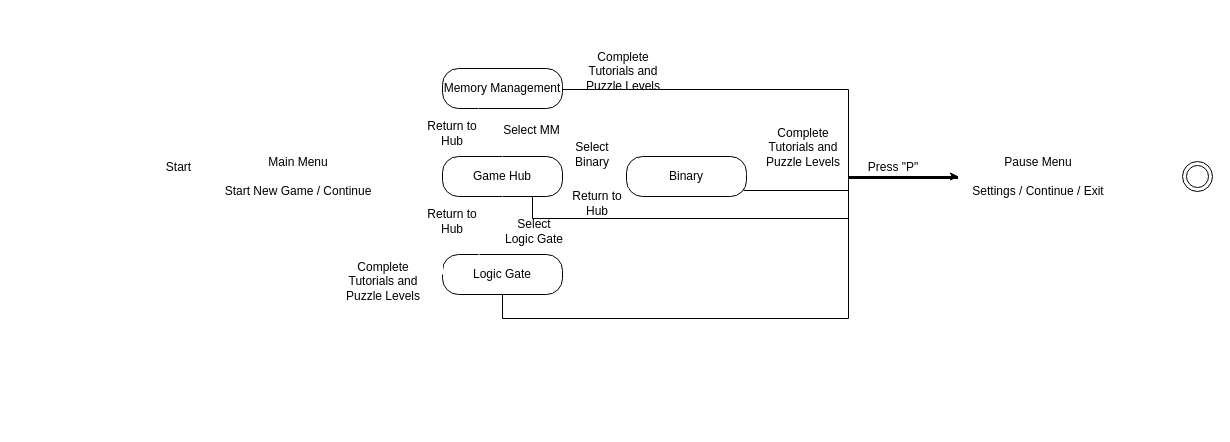
The draw.io diagram Drawio Files/StateMachine.drawio in jgharrison1/Logical-Gate, before the edit. Source tidied: cells renumbered, new cells numbered last; positions are measured from the earlier drawing's top-left corner, leaving out a move shared by most shapes. Both pictures are drawn from the tidied source at 100%, with x=0, y=0 at pixel (128, 48).
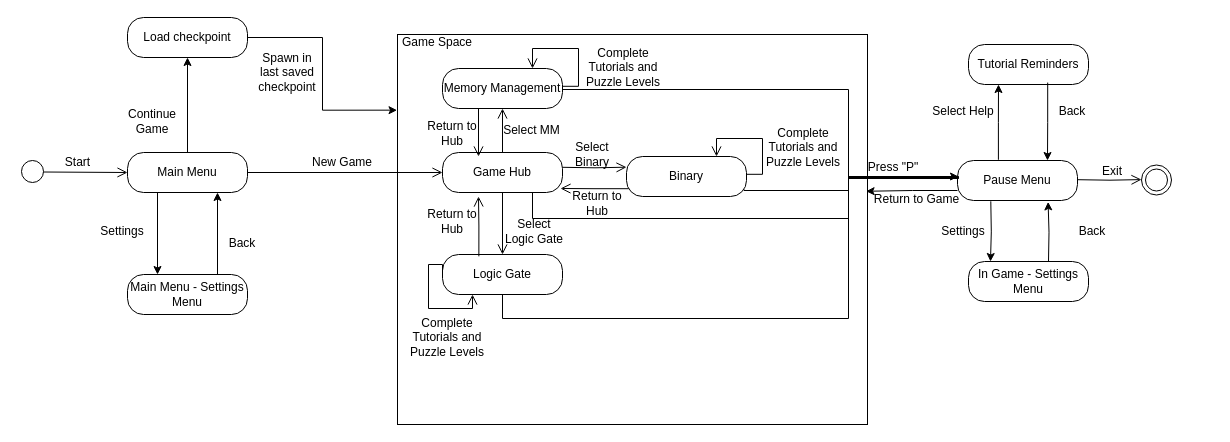
Above is the later version.

The change refers to these unchanged cells:
```xml
<mxCell id="14" value="Logic Gate" style="rounded=1;whiteSpace=wrap;html=1;arcSize=40;fontColor=default;fillColor=none;strokeColor=default;labelBackgroundColor=none;" parent="1" vertex="1">
  <mxGeometry x="314" y="206" width="120" height="40" as="geometry" />
</mxCell>
<mxCell id="16" value="Binary" style="rounded=1;whiteSpace=wrap;html=1;arcSize=40;fontColor=default;fillColor=none;strokeColor=default;labelBackgroundColor=none;" parent="1" vertex="1">
  <mxGeometry x="498" y="108" width="120" height="40" as="geometry" />
</mxCell>
<mxCell id="18" value="Memory Management" style="rounded=1;whiteSpace=wrap;html=1;arcSize=40;fontColor=default;fillColor=none;strokeColor=default;labelBackgroundColor=none;" parent="1" vertex="1">
  <mxGeometry x="314" y="20" width="120" height="40" as="geometry" />
</mxCell>
```

The edit, as a diff of the source:
```diff
@@
-    <mxCell id="2" style="ellipse;html=1;shape=startState;fillColor=none;strokeColor=#FFFFFF;" parent="1" vertex="1">
-      <mxGeometry y="112" width="30" height="30" as="geometry" />
+    <mxCell id="2" style="ellipse;html=1;shape=startState;fillColor=none;strokeColor=default;" parent="1" vertex="1">
+      <mxGeometry x="-111" y="108" width="30" height="30" as="geometry" />
     </mxCell>
-    <mxCell id="3" style="edgeStyle=orthogonalEdgeStyle;html=1;verticalAlign=bottom;endArrow=open;endSize=8;strokeColor=#FFFFFF;rounded=0;exitX=0.859;exitY=0.484;exitDx=0;exitDy=0;exitPerimeter=0;" parent="1" edge="1">
+    <mxCell id="3" style="edgeStyle=orthogonalEdgeStyle;html=1;verticalAlign=bottom;endArrow=open;endSize=8;strokeColor=default;rounded=0;exitX=0.859;exitY=0.484;exitDx=0;exitDy=0;exitPerimeter=0;entryX=0;entryY=0.5;entryDx=0;entryDy=0;" parent="1" edge="1" target="5">
       <mxGeometry relative="1" as="geometry">
-        <mxPoint x="25.8" y="127.5" as="sourcePoint" />
-        <mxPoint x="90" y="127.9" as="targetPoint" />
+        <mxPoint x="-85.2" y="123.5" as="sourcePoint" />
       </mxGeometry>
     </mxCell>
     <mxCell id="4" value="Start" style="text;align=center;fontStyle=0;verticalAlign=middle;spacingLeft=3;spacingRight=3;strokeColor=none;html=1;" parent="1" vertex="1">
-      <mxGeometry x="10" y="106" width="80" height="26" as="geometry" />
+      <mxGeometry x="-91" y="101" width="80" height="26" as="geometry" />
     </mxCell>
-    <mxCell id="5" value="Main Menu" style="swimlane;fontStyle=0;align=center;verticalAlign=middle;horizontal=1;startSize=30;fontColor=default;rounded=1;arcSize=30;strokeColor=#FFFFFF;fillColor=none;swimlaneFillColor=none;swimlaneLine=1;" parent="1" vertex="1">
-      <mxGeometry x="90" y="98" width="160" height="60" as="geometry" />
-    </mxCell>
-    <mxCell id="6" value="Start New Game / Continue" style="text;html=1;strokeColor=none;fillColor=none;align=center;verticalAlign=middle;spacingLeft=4;spacingRight=4;whiteSpace=wrap;overflow=hidden;fontColor=default;" parent="5" vertex="1">
-      <mxGeometry y="30" width="160" height="30" as="geometry" />
-    </mxCell>
+    <mxCell id="39" style="edgeStyle=orthogonalEdgeStyle;rounded=0;jettySize=auto;html=1;exitX=0.25;exitY=1;exitDx=0;exitDy=0;entryX=0.25;entryY=0;entryDx=0;entryDy=0;" parent="1" edge="1" source="5" target="46">
+      <mxGeometry relative="1" as="geometry" />
+    </mxCell>
+    <mxCell id="40" style="edgeStyle=orthogonalEdgeStyle;rounded=0;jettySize=auto;html=1;exitX=0.5;exitY=0;exitDx=0;exitDy=0;" parent="1" edge="1" source="5" target="49">
+      <mxGeometry relative="1" as="geometry" />
+    </mxCell>
-    <mxCell id="7" style="edgeStyle=orthogonalEdgeStyle;html=1;verticalAlign=bottom;endArrow=open;endSize=8;strokeColor=#FFFFFF;rounded=0;exitX=0.859;exitY=0.484;exitDx=0;exitDy=0;exitPerimeter=0;" parent="1" edge="1">
-      <mxGeometry relative="1" as="geometry">
-        <mxPoint x="250" y="127.8" as="sourcePoint" />
-        <mxPoint x="314" y="127.7" as="targetPoint" />
-      </mxGeometry>
+    <mxCell id="7" style="edgeStyle=orthogonalEdgeStyle;html=1;verticalAlign=bottom;endArrow=open;endSize=8;strokeColor=default;rounded=0;exitX=1;exitY=0.5;exitDx=0;exitDy=0;entryX=0;entryY=0.5;entryDx=0;entryDy=0;" parent="1" edge="1" source="5" target="10">
+      <mxGeometry relative="1" as="geometry" />
     </mxCell>
-    <mxCell id="8" style="edgeStyle=orthogonalEdgeStyle;html=1;verticalAlign=bottom;endArrow=open;endSize=8;strokeColor=#FFFFFF;rounded=0;exitX=0.859;exitY=0.484;exitDx=0;exitDy=0;exitPerimeter=0;" parent="1" edge="1">
+    <mxCell id="8" style="edgeStyle=orthogonalEdgeStyle;html=1;verticalAlign=bottom;endArrow=open;endSize=8;strokeColor=default;rounded=0;exitX=0.859;exitY=0.484;exitDx=0;exitDy=0;exitPerimeter=0;" parent="1" edge="1">
       <mxGeometry relative="1" as="geometry">
         <mxPoint x="434" y="118.8" as="sourcePoint" />
         <mxPoint x="498" y="118.7" as="targetPoint" />
       </mxGeometry>
     </mxCell>
-    <mxCell id="9" style="edgeStyle=orthogonalEdgeStyle;rounded=0;jettySize=auto;html=1;exitX=0.75;exitY=1;exitDx=0;exitDy=0;entryX=0;entryY=0;entryDx=0;entryDy=0;endArrow=none;startFill=0;" parent="1" edge="1" source="10" target="35">
+    <mxCell id="9" style="edgeStyle=orthogonalEdgeStyle;rounded=0;jettySize=auto;html=1;exitX=0.75;exitY=1;exitDx=0;exitDy=0;entryX=0;entryY=0;entryDx=0;entryDy=0;endArrow=none;startFill=0;strokeColor=default;" parent="1" edge="1" source="10">
       <mxGeometry relative="1" as="geometry">
+        <mxPoint x="830" y="128" as="targetPoint" />
         <Array as="points">
           <mxPoint x="404" y="170" />
           <mxPoint x="720" y="170" />
           <mxPoint x="720" y="130" />
           <mxPoint x="830" y="130" />
         </Array>
       </mxGeometry>
     </mxCell>
     <mxCell id="10" value="Game Hub" style="rounded=1;whiteSpace=wrap;html=1;arcSize=40;fontColor=default;fillColor=none;strokeColor=default;labelBackgroundColor=none;" parent="1" vertex="1">
-      <mxGeometry x="314" y="108" width="120" height="40" as="geometry" />
+      <mxGeometry x="314" y="104" width="120" height="40" as="geometry" />
     </mxCell>
-    <mxCell id="11" style="edgeStyle=orthogonalEdgeStyle;html=1;verticalAlign=bottom;endArrow=open;endSize=8;strokeColor=#FFFFFF;rounded=0;exitX=0.5;exitY=1;exitDx=0;exitDy=0;strokeWidth=1;entryX=0.5;entryY=0;entryDx=0;entryDy=0;" parent="1" edge="1" source="10" target="14">
+    <mxCell id="11" style="edgeStyle=orthogonalEdgeStyle;html=1;verticalAlign=bottom;endArrow=open;endSize=8;strokeColor=default;rounded=0;exitX=0.5;exitY=1;exitDx=0;exitDy=0;strokeWidth=1;entryX=0.5;entryY=0;entryDx=0;entryDy=0;" parent="1" edge="1" source="10" target="14">
       <mxGeometry relative="1" as="geometry" />
     </mxCell>
-    <mxCell id="12" style="edgeStyle=orthogonalEdgeStyle;html=1;verticalAlign=bottom;endArrow=open;endSize=8;strokeColor=#FFFFFF;rounded=0;exitX=0.5;exitY=0;exitDx=0;exitDy=0;strokeWidth=1;" parent="1" edge="1" source="10">
+    <mxCell id="12" style="edgeStyle=orthogonalEdgeStyle;html=1;verticalAlign=bottom;endArrow=open;endSize=8;strokeColor=default;rounded=0;exitX=0.5;exitY=0;exitDx=0;exitDy=0;strokeWidth=1;" parent="1" edge="1" source="10">
       <mxGeometry relative="1" as="geometry">
         <mxPoint x="374" y="60" as="targetPoint" />
       </mxGeometry>
     </mxCell>
-    <mxCell id="13" style="edgeStyle=orthogonalEdgeStyle;rounded=0;jettySize=auto;html=1;exitX=0.5;exitY=1;exitDx=0;exitDy=0;entryX=0;entryY=0;entryDx=0;entryDy=0;" parent="1" edge="1" source="14" target="35">
+    <mxCell id="13" style="edgeStyle=orthogonalEdgeStyle;rounded=0;jettySize=auto;html=1;exitX=0.5;exitY=1;exitDx=0;exitDy=0;entryX=0;entryY=0;entryDx=0;entryDy=0;strokeColor=default;" parent="1" edge="1" source="14">
       <mxGeometry relative="1" as="geometry">
+        <mxPoint x="830" y="128" as="targetPoint" />
         <Array as="points">
           <mxPoint x="374" y="270" />
           <mxPoint x="720" y="270" />
           <mxPoint x="720" y="128" />
         </Array>
       </mxGeometry>
     </mxCell>
@@
-    <mxCell id="15" style="edgeStyle=orthogonalEdgeStyle;rounded=0;jettySize=auto;html=1;exitX=0.979;exitY=0.817;exitDx=0;exitDy=0;exitPerimeter=0;endArrow=none;startFill=0;" parent="1" edge="1" source="16">
+    <mxCell id="15" style="edgeStyle=orthogonalEdgeStyle;rounded=0;jettySize=auto;html=1;exitX=0.979;exitY=0.817;exitDx=0;exitDy=0;exitPerimeter=0;endArrow=none;startFill=0;strokeColor=default;" parent="1" edge="1" source="16">
       <mxGeometry relative="1" as="geometry">
         <mxPoint x="830" y="130" as="targetPoint" />
         <Array as="points">
           <mxPoint x="616" y="142" />
           <mxPoint x="720" y="142" />
           <mxPoint x="720" y="128" />
           <mxPoint x="830" y="128" />
           <mxPoint x="830" y="131" />
         </Array>
       </mxGeometry>
     </mxCell>
@@
-    <mxCell id="17" style="edgeStyle=elbowEdgeStyle;rounded=0;orthogonalLoop=1;jettySize=auto;html=1;exitX=1;exitY=0.5;exitDx=0;exitDy=0;entryX=0;entryY=0;entryDx=0;entryDy=0;endArrow=none;startFill=0;" parent="1" edge="1">
+    <mxCell id="17" style="edgeStyle=elbowEdgeStyle;rounded=0;orthogonalLoop=1;jettySize=auto;html=1;exitX=1;exitY=0.5;exitDx=0;exitDy=0;entryX=0;entryY=0;entryDx=0;entryDy=0;endArrow=none;startFill=0;strokeColor=default;" parent="1" edge="1">
       <mxGeometry relative="1" as="geometry">
         <mxPoint x="434" y="41" as="sourcePoint" />
         <mxPoint x="830" y="129" as="targetPoint" />
         <Array as="points">
           <mxPoint x="720" y="101" />
         </Array>
       </mxGeometry>
     </mxCell>
@@
-    <mxCell id="22" style="edgeStyle=orthogonalEdgeStyle;html=1;verticalAlign=bottom;endArrow=open;endSize=8;strokeColor=#FFFFFF;rounded=0;exitX=0.859;exitY=0.484;exitDx=0;exitDy=0;exitPerimeter=0;entryX=0.75;entryY=0;entryDx=0;entryDy=0;" parent="1" edge="1" target="18">
+    <mxCell id="22" style="edgeStyle=orthogonalEdgeStyle;html=1;verticalAlign=bottom;endArrow=open;endSize=8;strokeColor=default;rounded=0;exitX=0.859;exitY=0.484;exitDx=0;exitDy=0;exitPerimeter=0;entryX=0.75;entryY=0;entryDx=0;entryDy=0;" parent="1" edge="1" target="18">
       <mxGeometry relative="1" as="geometry">
         <mxPoint x="434" y="37.8" as="sourcePoint" />
         <Array as="points">
           <mxPoint x="450" y="38" />
           <mxPoint x="450" />
           <mxPoint x="404" />
         </Array>
       </mxGeometry>
     </mxCell>
     <mxCell id="23" value="Complete Tutorials and Puzzle Levels" style="text;align=center;fontStyle=0;verticalAlign=middle;spacingLeft=3;spacingRight=3;strokeColor=none;html=1;whiteSpace=wrap;" parent="1" vertex="1">
-      <mxGeometry x="450" y="10" width="90" height="26" as="geometry" />
+      <mxGeometry x="450" y="6" width="90" height="26" as="geometry" />
     </mxCell>
-    <mxCell id="24" style="edgeStyle=orthogonalEdgeStyle;html=1;verticalAlign=bottom;endArrow=open;endSize=8;strokeColor=#FFFFFF;rounded=0;exitX=0.859;exitY=0.484;exitDx=0;exitDy=0;exitPerimeter=0;entryX=0.75;entryY=0;entryDx=0;entryDy=0;" parent="1" edge="1">
+    <mxCell id="24" style="edgeStyle=orthogonalEdgeStyle;html=1;verticalAlign=bottom;endArrow=open;endSize=8;strokeColor=default;rounded=0;exitX=0.859;exitY=0.484;exitDx=0;exitDy=0;exitPerimeter=0;entryX=0.75;entryY=0;entryDx=0;entryDy=0;" parent="1" edge="1">
       <mxGeometry relative="1" as="geometry">
         <mxPoint x="618" y="125.8" as="sourcePoint" />
         <mxPoint x="588" y="108" as="targetPoint" />
         <Array as="points">
           <mxPoint x="634" y="126" />
           <mxPoint x="634" y="90" />
           <mxPoint x="588" y="90" />
         </Array>
       </mxGeometry>
     </mxCell>
@@
-    <mxCell id="26" style="edgeStyle=orthogonalEdgeStyle;html=1;verticalAlign=bottom;endArrow=open;endSize=8;strokeColor=#FFFFFF;rounded=0;exitX=0;exitY=0.5;exitDx=0;exitDy=0;entryX=0.25;entryY=1;entryDx=0;entryDy=0;" parent="1" edge="1" source="14" target="14">
+    <mxCell id="26" style="edgeStyle=orthogonalEdgeStyle;html=1;verticalAlign=bottom;endArrow=open;endSize=8;strokeColor=default;rounded=0;exitX=0;exitY=0.5;exitDx=0;exitDy=0;entryX=0.25;entryY=1;entryDx=0;entryDy=0;" parent="1" edge="1" source="14" target="14">
       <mxGeometry relative="1" as="geometry">
         <Array as="points">
           <mxPoint x="314" y="216" />
           <mxPoint x="300" y="216" />
           <mxPoint x="300" y="260" />
           <mxPoint x="344" y="260" />
         </Array>
       </mxGeometry>
     </mxCell>
     <mxCell id="27" value="Complete Tutorials and Puzzle Levels" style="text;align=center;fontStyle=0;verticalAlign=middle;spacingLeft=3;spacingRight=3;strokeColor=none;html=1;whiteSpace=wrap;" parent="1" vertex="1">
-      <mxGeometry x="210" y="220" width="90" height="26" as="geometry" />
+      <mxGeometry x="274" y="276" width="90" height="26" as="geometry" />
     </mxCell>
-    <mxCell id="28" style="edgeStyle=orthogonalEdgeStyle;html=1;verticalAlign=bottom;endArrow=open;endSize=8;strokeColor=#FFFFFF;rounded=0;exitX=0.303;exitY=0.046;exitDx=0;exitDy=0;strokeWidth=1;exitPerimeter=0;" parent="1" edge="1" source="14">
+    <mxCell id="28" style="edgeStyle=orthogonalEdgeStyle;html=1;verticalAlign=bottom;endArrow=open;endSize=8;strokeColor=default;rounded=0;exitX=0.303;exitY=0.046;exitDx=0;exitDy=0;strokeWidth=1;exitPerimeter=0;" parent="1" edge="1" source="14">
       <mxGeometry relative="1" as="geometry">
         <mxPoint x="350" y="148" as="targetPoint" />
       </mxGeometry>
     </mxCell>
@@
-    <mxCell id="30" style="edgeStyle=orthogonalEdgeStyle;html=1;verticalAlign=bottom;endArrow=open;endSize=8;strokeColor=#FFFFFF;rounded=0;exitX=0.5;exitY=1;exitDx=0;exitDy=0;strokeWidth=1;entryX=0.5;entryY=0;entryDx=0;entryDy=0;" parent="1" edge="1">
+    <mxCell id="30" style="edgeStyle=orthogonalEdgeStyle;html=1;verticalAlign=bottom;endArrow=open;endSize=8;strokeColor=default;rounded=0;exitX=0.5;exitY=1;exitDx=0;exitDy=0;strokeWidth=1;entryX=0.5;entryY=0;entryDx=0;entryDy=0;" parent="1" edge="1">
       <mxGeometry relative="1" as="geometry">
         <mxPoint x="350" y="60" as="sourcePoint" />
         <mxPoint x="350" y="108" as="targetPoint" />
       </mxGeometry>
     </mxCell>
@@
-    <mxCell id="32" style="edgeStyle=orthogonalEdgeStyle;html=1;verticalAlign=bottom;endArrow=open;endSize=8;strokeColor=#FFFFFF;rounded=0;exitX=0.019;exitY=0.805;exitDx=0;exitDy=0;exitPerimeter=0;" parent="1" edge="1" source="16">
+    <mxCell id="32" style="edgeStyle=orthogonalEdgeStyle;html=1;verticalAlign=bottom;endArrow=open;endSize=8;strokeColor=default;rounded=0;exitX=0.019;exitY=0.805;exitDx=0;exitDy=0;exitPerimeter=0;" parent="1" edge="1" source="16">
       <mxGeometry relative="1" as="geometry">
         <mxPoint x="432" y="140" as="targetPoint" />
       </mxGeometry>
     </mxCell>
@@
-    <mxCell id="34" value="Pause Menu" style="swimlane;fontStyle=0;align=center;verticalAlign=middle;horizontal=1;startSize=30;fontColor=default;rounded=1;arcSize=30;strokeColor=#FFFFFF;fillColor=none;swimlaneFillColor=none;swimlaneLine=1;" parent="1" vertex="1">
-      <mxGeometry x="830" y="98" width="160" height="60" as="geometry" />
-    </mxCell>
-    <mxCell id="35" value="Settings / Continue / Exit" style="text;html=1;strokeColor=none;fillColor=none;align=center;verticalAlign=middle;spacingLeft=4;spacingRight=4;whiteSpace=wrap;overflow=hidden;fontColor=default;" parent="34" vertex="1">
-      <mxGeometry y="30" width="160" height="30" as="geometry" />
-    </mxCell>
+    <mxCell id="41" style="edgeStyle=orthogonalEdgeStyle;rounded=0;orthogonalLoop=1;jettySize=auto;html=1;exitX=0.344;exitY=1.02;exitDx=0;exitDy=0;entryX=0.25;entryY=0;entryDx=0;entryDy=0;exitPerimeter=0;" parent="1" edge="1">
+      <mxGeometry relative="1" as="geometry">
+        <mxPoint x="862.3" y="152.8" as="sourcePoint" />
+        <mxPoint x="862" y="213" as="targetPoint" />
+      </mxGeometry>
+    </mxCell>
+    <mxCell id="42" style="edgeStyle=orthogonalEdgeStyle;rounded=0;jettySize=auto;html=1;exitX=0;exitY=0.75;exitDx=0;exitDy=0;entryX=0.997;entryY=0.402;entryDx=0;entryDy=0;entryPerimeter=0;" parent="1" edge="1" source="34" target="62">
+      <mxGeometry relative="1" as="geometry" />
+    </mxCell>
+    <mxCell id="43" style="edgeStyle=orthogonalEdgeStyle;rounded=0;jettySize=auto;html=1;exitX=0.341;exitY=-0.018;exitDx=0;exitDy=0;entryX=0.25;entryY=1;entryDx=0;entryDy=0;exitPerimeter=0;" parent="1" edge="1" source="34" target="57">
+      <mxGeometry relative="1" as="geometry" />
+    </mxCell>
@@
     <mxCell id="37" style="ellipse;html=1;shape=endState;fillColor=none;strokeColor=default;" parent="1" vertex="1">
-      <mxGeometry x="1054" y="113" width="30" height="30" as="geometry" />
+      <mxGeometry x="1013" y="116.5" width="30" height="30" as="geometry" />
     </mxCell>
-    <mxCell id="38" style="edgeStyle=orthogonalEdgeStyle;html=1;verticalAlign=bottom;endArrow=open;endSize=8;strokeColor=#FFFFFF;rounded=0;exitX=0.859;exitY=0.484;exitDx=0;exitDy=0;exitPerimeter=0;" parent="1" edge="1">
+    <mxCell id="38" style="edgeStyle=orthogonalEdgeStyle;html=1;verticalAlign=bottom;endArrow=open;endSize=8;strokeColor=default;rounded=0;exitX=0.859;exitY=0.484;exitDx=0;exitDy=0;exitPerimeter=0;" parent="1" edge="1">
       <mxGeometry relative="1" as="geometry">
-        <mxPoint x="990" y="127.8" as="sourcePoint" />
-        <mxPoint x="1054" y="127.6" as="targetPoint" />
+        <mxPoint x="949" y="131.2" as="sourcePoint" />
+        <mxPoint x="1013" y="131.1" as="targetPoint" />
       </mxGeometry>
     </mxCell>
+    <mxCell id="44" value="New Game" style="text;align=center;fontStyle=0;verticalAlign=middle;spacingLeft=3;spacingRight=3;strokeColor=none;html=1;whiteSpace=wrap;" parent="1" vertex="1">
+      <mxGeometry x="179" y="101" width="70" height="26" as="geometry" />
+    </mxCell>
+    <mxCell id="45" style="edgeStyle=orthogonalEdgeStyle;rounded=0;jettySize=auto;html=1;exitX=0.75;exitY=0;exitDx=0;exitDy=0;entryX=0.75;entryY=1;entryDx=0;entryDy=0;" parent="1" edge="1" source="46" target="5">
+      <mxGeometry relative="1" as="geometry" />
+    </mxCell>
+    <mxCell id="46" value="Main Menu - Settings Menu" style="rounded=1;whiteSpace=wrap;html=1;arcSize=40;fontColor=default;fillColor=none;strokeColor=default;labelBackgroundColor=none;" parent="1" vertex="1">
+      <mxGeometry x="-1" y="226" width="120" height="40" as="geometry" />
+    </mxCell>
+    <mxCell id="47" value="Settings" style="text;align=center;fontStyle=0;verticalAlign=middle;spacingLeft=3;spacingRight=3;strokeColor=none;html=1;whiteSpace=wrap;" parent="1" vertex="1">
+      <mxGeometry x="-41" y="170" width="70" height="26" as="geometry" />
+    </mxCell>
+    <mxCell id="48" style="edgeStyle=orthogonalEdgeStyle;rounded=0;jettySize=auto;html=1;exitX=1;exitY=0.5;exitDx=0;exitDy=0;entryX=-0.001;entryY=0.194;entryDx=0;entryDy=0;entryPerimeter=0;" parent="1" edge="1" source="49" target="62">
+      <mxGeometry relative="1" as="geometry" />
+    </mxCell>
+    <mxCell id="49" value="Load checkpoint" style="rounded=1;whiteSpace=wrap;html=1;arcSize=40;fontColor=default;fillColor=none;strokeColor=default;labelBackgroundColor=none;" parent="1" vertex="1">
+      <mxGeometry x="-1" y="-31" width="120" height="40" as="geometry" />
+    </mxCell>
+    <mxCell id="50" value="Continue Game" style="text;align=center;fontStyle=0;verticalAlign=middle;spacingLeft=3;spacingRight=3;strokeColor=none;html=1;whiteSpace=wrap;" parent="1" vertex="1">
+      <mxGeometry x="-11" y="60" width="70" height="26" as="geometry" />
+    </mxCell>
+    <mxCell id="51" value="Exit" style="text;align=center;fontStyle=0;verticalAlign=middle;spacingLeft=3;spacingRight=3;strokeColor=none;html=1;whiteSpace=wrap;" parent="1" vertex="1">
+      <mxGeometry x="939" y="109.5" width="90" height="26" as="geometry" />
+    </mxCell>
+    <mxCell id="52" style="edgeStyle=orthogonalEdgeStyle;rounded=0;orthogonalLoop=1;jettySize=auto;html=1;exitX=0.75;exitY=0;exitDx=0;exitDy=0;entryX=0.838;entryY=1.036;entryDx=0;entryDy=0;entryPerimeter=0;" parent="1" edge="1">
+      <mxGeometry relative="1" as="geometry">
+        <mxPoint x="920" y="213" as="sourcePoint" />
+        <mxPoint x="919.6" y="153.4" as="targetPoint" />
+      </mxGeometry>
+    </mxCell>
+    <mxCell id="53" value="In Game - Settings Menu" style="rounded=1;whiteSpace=wrap;html=1;arcSize=40;fontColor=default;fillColor=none;strokeColor=default;labelBackgroundColor=none;" parent="1" vertex="1">
+      <mxGeometry x="840" y="213" width="120" height="40" as="geometry" />
+    </mxCell>
+    <mxCell id="54" value="Settings" style="text;align=center;fontStyle=0;verticalAlign=middle;spacingLeft=3;spacingRight=3;strokeColor=none;html=1;whiteSpace=wrap;" parent="1" vertex="1">
+      <mxGeometry x="790" y="170" width="90" height="26" as="geometry" />
+    </mxCell>
+    <mxCell id="55" value="Back" style="text;align=center;fontStyle=0;verticalAlign=middle;spacingLeft=3;spacingRight=3;strokeColor=none;html=1;whiteSpace=wrap;" parent="1" vertex="1">
+      <mxGeometry x="919" y="170" width="90" height="26" as="geometry" />
+    </mxCell>
+    <mxCell id="56" value="Return to Game" style="text;align=center;fontStyle=0;verticalAlign=middle;spacingLeft=3;spacingRight=3;strokeColor=none;html=1;whiteSpace=wrap;" parent="1" vertex="1">
+      <mxGeometry x="739" y="138" width="99" height="26" as="geometry" />
+    </mxCell>
+    <mxCell id="57" value="Tutorial Reminders" style="rounded=1;whiteSpace=wrap;html=1;arcSize=40;fontColor=default;fillColor=none;strokeColor=default;labelBackgroundColor=none;" parent="1" vertex="1">
+      <mxGeometry x="840" y="-4" width="120" height="40" as="geometry" />
+    </mxCell>
+    <mxCell id="58" value="Select Help" style="text;align=center;fontStyle=0;verticalAlign=middle;spacingLeft=3;spacingRight=3;strokeColor=none;html=1;whiteSpace=wrap;" parent="1" vertex="1">
+      <mxGeometry x="790" y="50" width="90" height="26" as="geometry" />
+    </mxCell>
+    <mxCell id="59" style="edgeStyle=orthogonalEdgeStyle;rounded=0;jettySize=auto;html=1;exitX=0.66;exitY=0.952;exitDx=0;exitDy=0;entryX=0.75;entryY=0;entryDx=0;entryDy=0;exitPerimeter=0;" parent="1" edge="1" source="57" target="34">
+      <mxGeometry relative="1" as="geometry" />
+    </mxCell>
+    <mxCell id="60" value="Back" style="text;align=center;fontStyle=0;verticalAlign=middle;spacingLeft=3;spacingRight=3;strokeColor=none;html=1;whiteSpace=wrap;" parent="1" vertex="1">
+      <mxGeometry x="899" y="50" width="90" height="26" as="geometry" />
+    </mxCell>
+    <mxCell id="61" value="Back" style="text;align=center;fontStyle=0;verticalAlign=middle;spacingLeft=3;spacingRight=3;strokeColor=none;html=1;whiteSpace=wrap;" parent="1" vertex="1">
+      <mxGeometry x="69" y="182" width="90" height="26" as="geometry" />
+    </mxCell>
+    <mxCell id="62" style="rounded=0;whiteSpace=wrap;html=1;fillColor=none;" parent="1" vertex="1">
+      <mxGeometry x="269" y="-14" width="470" height="390" as="geometry" />
+    </mxCell>
+    <mxCell id="63" value="Game Space" style="text;html=1;align=center;verticalAlign=middle;whiteSpace=wrap;rounded=0;" parent="1" vertex="1">
+      <mxGeometry x="259" y="-21" width="100" height="30" as="geometry" />
+    </mxCell>
+    <mxCell id="64" value="Spawn in last saved checkpoint" style="text;html=1;align=center;verticalAlign=middle;whiteSpace=wrap;rounded=0;" parent="1" vertex="1">
+      <mxGeometry x="129" y="9" width="60" height="30" as="geometry" />
+    </mxCell>
+    <mxCell id="5" value="Main Menu" style="rounded=1;whiteSpace=wrap;html=1;arcSize=40;fontColor=default;fillColor=none;strokeColor=default;labelBackgroundColor=none;" parent="1" vertex="1">
+      <mxGeometry x="-1" y="104" width="120" height="40" as="geometry" />
+    </mxCell>
+    <mxCell id="34" value="Pause Menu" style="rounded=1;whiteSpace=wrap;html=1;arcSize=40;fontColor=default;fillColor=none;strokeColor=default;labelBackgroundColor=none;" parent="1" vertex="1">
+      <mxGeometry x="829" y="112" width="120" height="40" as="geometry" />
+    </mxCell>
```
